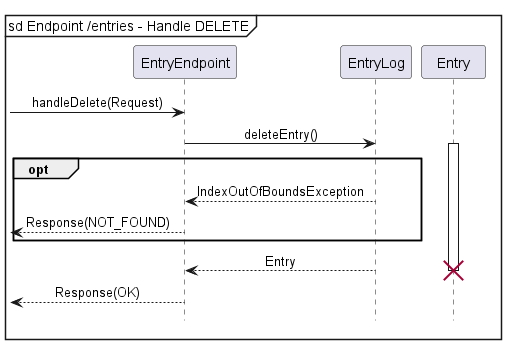
This is docs/static/backend/EntryEndpointDeleteSequence.png from nus-cs2113-AY2223S2/tp, a PlantUML export, as it was before one commit.
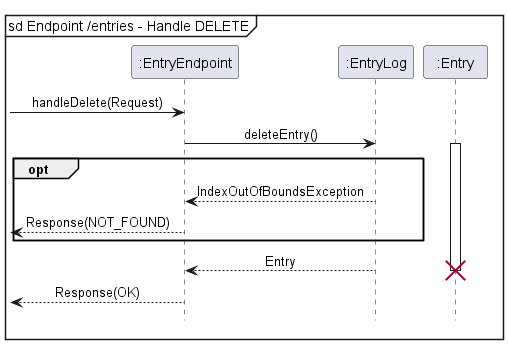
After the change.

Change to the diagram source:
```diff
@@ -2,6 +2,10 @@
 !include ../Style.puml
 
 mainframe sd Endpoint /entries - Handle DELETE
+participant ":EntryEndpoint" as EntryEndpoint
+participant ":EntryLog" as EntryLog
+participant ":Entry" as Entry
+
 
 -> EntryEndpoint : handleDelete(Request)
 EntryEndpoint -> EntryLog : deleteEntry()
```
